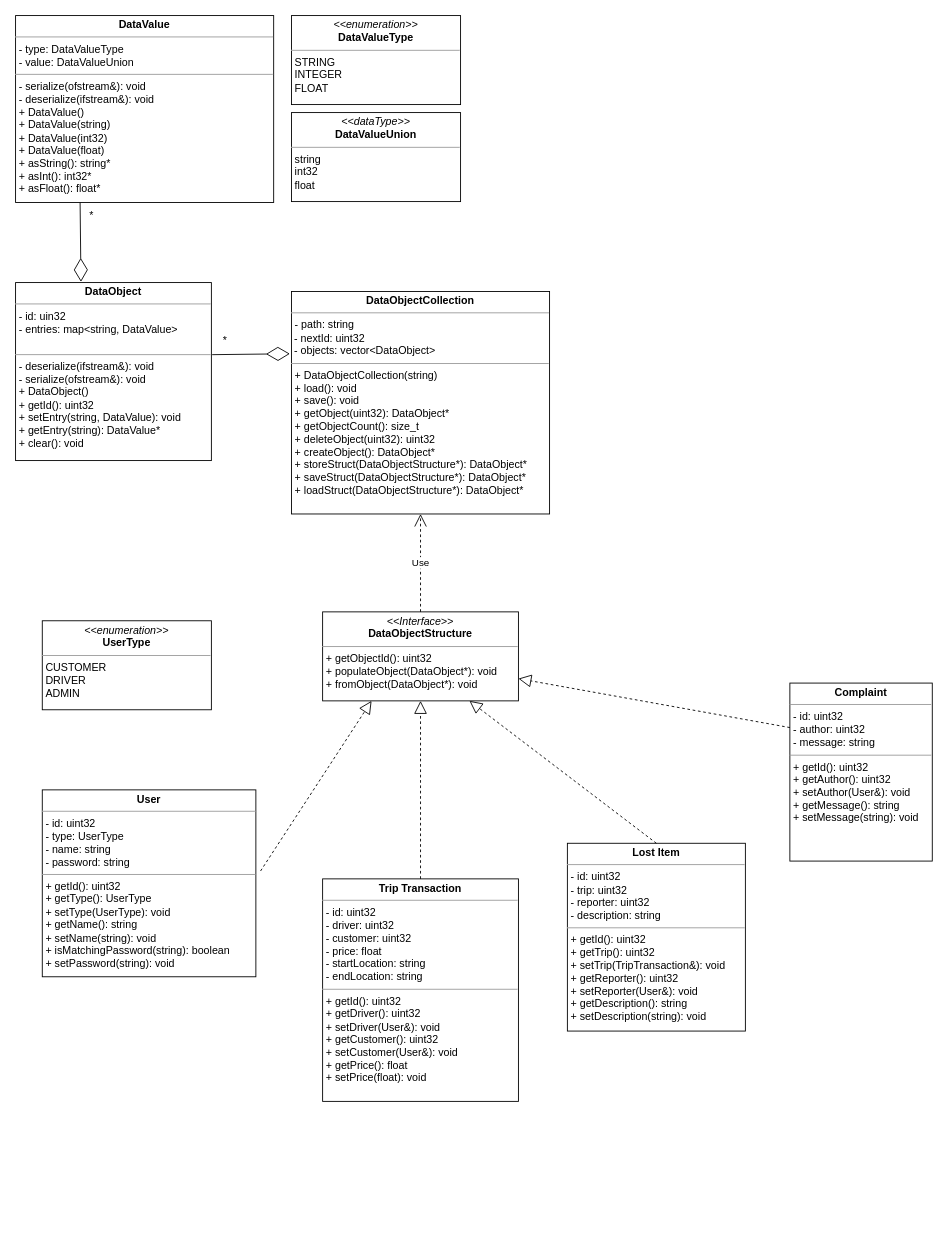
Above: diagrams/UML.drawio in ShoailRafiq/CS103A2 (draw.io), before the change. Source tidied: cells renumbered, new cells numbered last; positions are measured from the earlier drawing's top-left corner, leaving out a move shared by most shapes. Both pictures are drawn from the tidied source at 89%, with x=0, y=0 at pixel (15, 15).
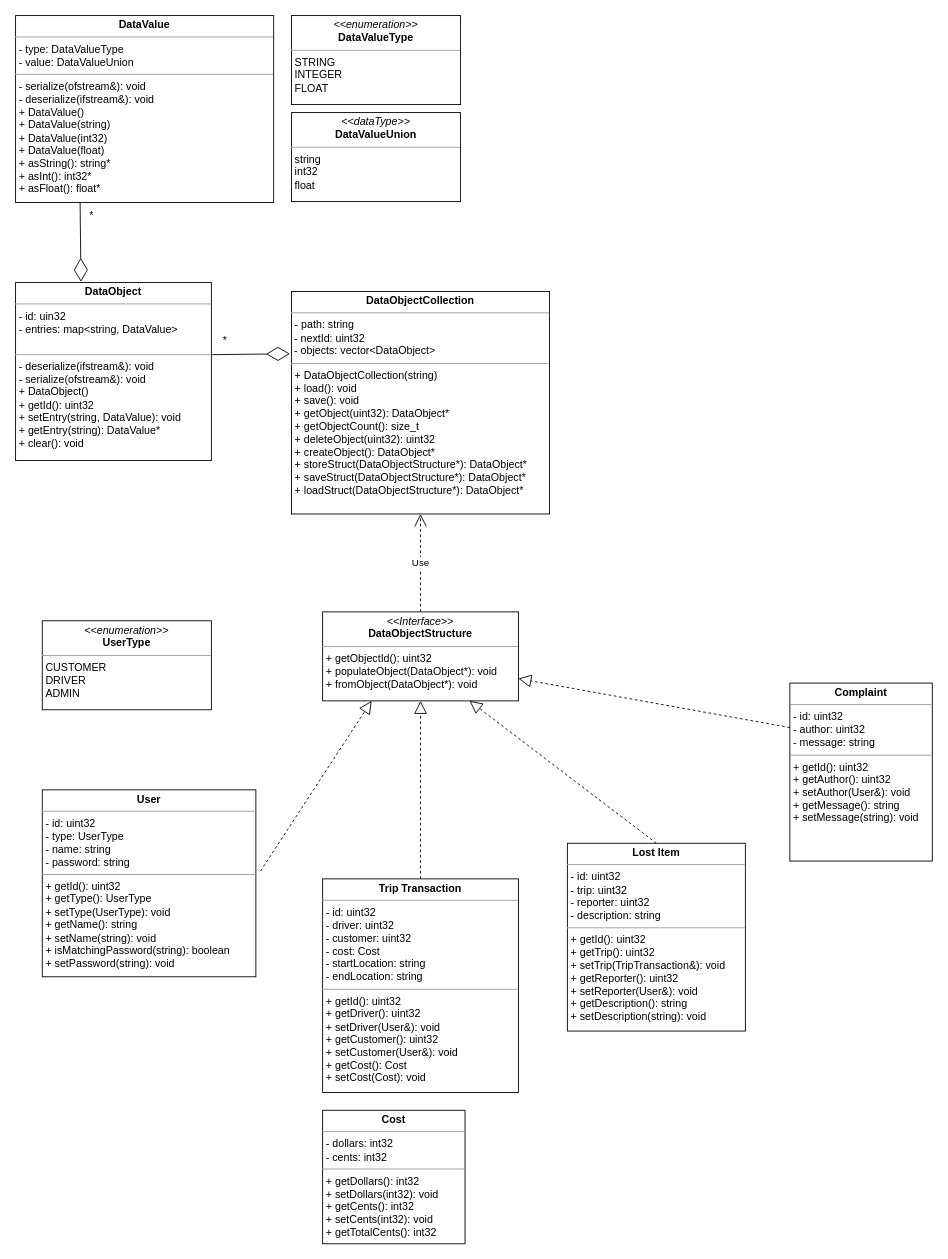
Above is the later version.

Commit message (it also covers changes not shown here):
Updated diagram, and clang formatting

Change to the diagram source:
```diff
@@
-    <mxCell id="16" value="&lt;p style=&quot;margin:0px;margin-top:4px;text-align:center;&quot;&gt;&lt;b&gt;Trip Transaction&lt;/b&gt;&lt;/p&gt;&lt;hr size=&quot;1&quot;&gt;&lt;p style=&quot;margin:0px;margin-left:4px;&quot;&gt;- id: uint32&lt;/p&gt;&lt;p style=&quot;margin:0px;margin-left:4px;&quot;&gt;- driver: uint32&lt;/p&gt;&lt;p style=&quot;margin:0px;margin-left:4px;&quot;&gt;- customer: uint32&lt;/p&gt;&lt;p style=&quot;margin:0px;margin-left:4px;&quot;&gt;- price: float&lt;/p&gt;&lt;p style=&quot;margin:0px;margin-left:4px;&quot;&gt;- startLocation: string&lt;/p&gt;&lt;p style=&quot;margin:0px;margin-left:4px;&quot;&gt;- endLocation: string&lt;/p&gt;&lt;hr size=&quot;1&quot;&gt;&lt;p style=&quot;margin:0px;margin-left:4px;&quot;&gt;+ getId(): uint32&lt;/p&gt;&lt;p style=&quot;margin:0px;margin-left:4px;&quot;&gt;+ getDriver(): uint32&lt;/p&gt;&lt;p style=&quot;margin:0px;margin-left:4px;&quot;&gt;+ setDriver(User&amp;amp;): void&lt;/p&gt;&lt;p style=&quot;margin:0px;margin-left:4px;&quot;&gt;+ getCustomer(): uint32&lt;/p&gt;&lt;p style=&quot;margin:0px;margin-left:4px;&quot;&gt;+ setCustomer(User&amp;amp;): void&lt;/p&gt;&lt;p style=&quot;margin:0px;margin-left:4px;&quot;&gt;+ getPrice(): float&lt;/p&gt;&lt;p style=&quot;margin:0px;margin-left:4px;&quot;&gt;+ setPrice(float): void&lt;/p&gt;" style="verticalAlign=top;align=left;overflow=fill;fontSize=12;fontFamily=Helvetica;html=1;whiteSpace=wrap;" parent="1" vertex="1">
-      <mxGeometry x="345" y="970" width="220" height="250" as="geometry" />
+    <mxCell id="16" value="&lt;p style=&quot;margin:0px;margin-top:4px;text-align:center;&quot;&gt;&lt;b&gt;Trip Transaction&lt;/b&gt;&lt;/p&gt;&lt;hr size=&quot;1&quot;&gt;&lt;p style=&quot;margin:0px;margin-left:4px;&quot;&gt;- id: uint32&lt;/p&gt;&lt;p style=&quot;margin:0px;margin-left:4px;&quot;&gt;- driver: uint32&lt;/p&gt;&lt;p style=&quot;margin:0px;margin-left:4px;&quot;&gt;- customer: uint32&lt;/p&gt;&lt;p style=&quot;margin:0px;margin-left:4px;&quot;&gt;- cost: Cost&lt;/p&gt;&lt;p style=&quot;margin:0px;margin-left:4px;&quot;&gt;&lt;span style=&quot;background-color: initial;&quot;&gt;- startLocation: string&lt;/span&gt;&lt;br&gt;&lt;/p&gt;&lt;p style=&quot;margin:0px;margin-left:4px;&quot;&gt;- endLocation: string&lt;/p&gt;&lt;hr size=&quot;1&quot;&gt;&lt;p style=&quot;margin:0px;margin-left:4px;&quot;&gt;+ getId(): uint32&lt;/p&gt;&lt;p style=&quot;margin:0px;margin-left:4px;&quot;&gt;+ getDriver(): uint32&lt;/p&gt;&lt;p style=&quot;margin:0px;margin-left:4px;&quot;&gt;+ setDriver(User&amp;amp;): void&lt;/p&gt;&lt;p style=&quot;margin:0px;margin-left:4px;&quot;&gt;+ getCustomer(): uint32&lt;/p&gt;&lt;p style=&quot;margin:0px;margin-left:4px;&quot;&gt;+ setCustomer(User&amp;amp;): void&lt;/p&gt;&lt;p style=&quot;margin:0px;margin-left:4px;&quot;&gt;+ getCost(): Cost&lt;/p&gt;&lt;p style=&quot;margin:0px;margin-left:4px;&quot;&gt;+ setCost(Cost): void&lt;/p&gt;" style="verticalAlign=top;align=left;overflow=fill;fontSize=12;fontFamily=Helvetica;html=1;whiteSpace=wrap;" parent="1" vertex="1">
+      <mxGeometry x="345" y="970" width="220" height="240" as="geometry" />
     </mxCell>
@@
+    <mxCell id="22" value="&lt;p style=&quot;margin:0px;margin-top:4px;text-align:center;&quot;&gt;&lt;b&gt;Cost&lt;/b&gt;&lt;/p&gt;&lt;hr size=&quot;1&quot;&gt;&lt;p style=&quot;margin:0px;margin-left:4px;&quot;&gt;- dollars: int32&lt;/p&gt;&lt;p style=&quot;margin:0px;margin-left:4px;&quot;&gt;- cents: int32&lt;/p&gt;&lt;hr size=&quot;1&quot;&gt;&lt;p style=&quot;margin:0px;margin-left:4px;&quot;&gt;+ getDollars(): int32&lt;/p&gt;&lt;p style=&quot;margin:0px;margin-left:4px;&quot;&gt;+ setDollars(int32): void&lt;/p&gt;&lt;p style=&quot;margin:0px;margin-left:4px;&quot;&gt;+ getCents(): int32&lt;/p&gt;&lt;p style=&quot;margin:0px;margin-left:4px;&quot;&gt;+ setCents(int32): void&lt;/p&gt;&lt;p style=&quot;margin:0px;margin-left:4px;&quot;&gt;+ getTotalCents(): int32&lt;/p&gt;&lt;p style=&quot;margin:0px;margin-left:4px;&quot;&gt;&lt;br&gt;&lt;/p&gt;&lt;p style=&quot;margin:0px;margin-left:4px;&quot;&gt;&lt;br&gt;&lt;/p&gt;" style="verticalAlign=top;align=left;overflow=fill;fontSize=12;fontFamily=Helvetica;html=1;whiteSpace=wrap;" parent="1" vertex="1">
+      <mxGeometry x="345" y="1230" width="160" height="150" as="geometry" />
+    </mxCell>
```
